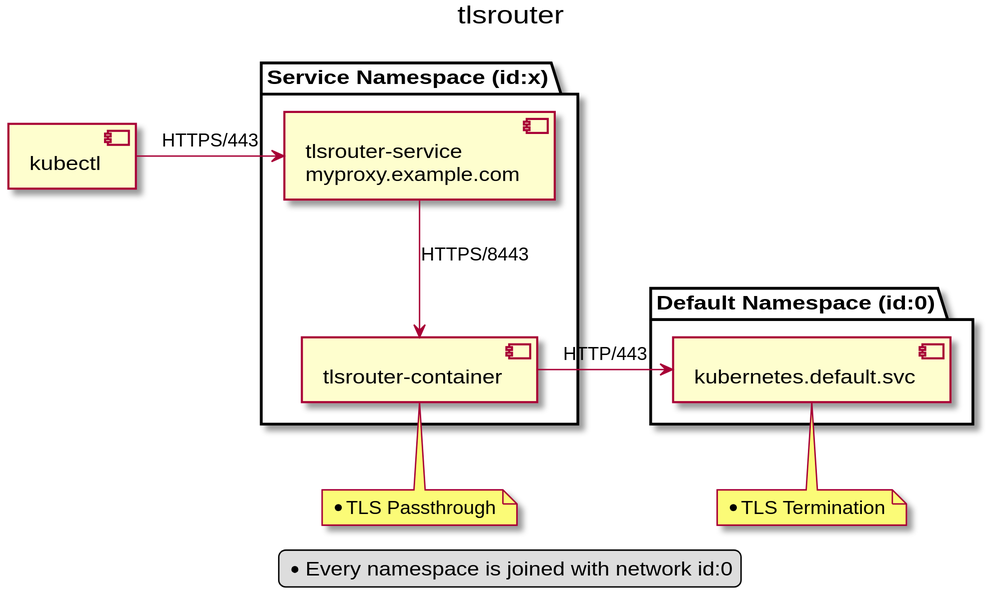
Before: resource/components.svg, a diagram exported from PlantUML (michiel/docker-k8s-tlsrouter). The source it was exported from:
```plantuml
@startuml

scale 2
title tlsrouter
skinparam componentStyle uml2

component kubectl

package "Service Namespace (id:x)" {
  component "tlsrouter-service\nmyproxy.example.com" as tlsrouter_service
  component "tlsrouter-container" as tlsrouter_container
}

package "Default Namespace (id:0)" {
  component "kubernetes.default.svc" as kubernetes_service
}

kubectl -r-> tlsrouter_service : HTTPS/443
tlsrouter_service -d-> tlsrouter_container : HTTPS/8443
tlsrouter_container -r-> kubernetes_service : HTTP/443

note bottom of tlsrouter_container
  * TLS Passthrough
end note

note bottom of kubernetes_service
  * TLS Termination
end note

legend
  * Every namespace is joined with network id:0
end legend
@enduml
```
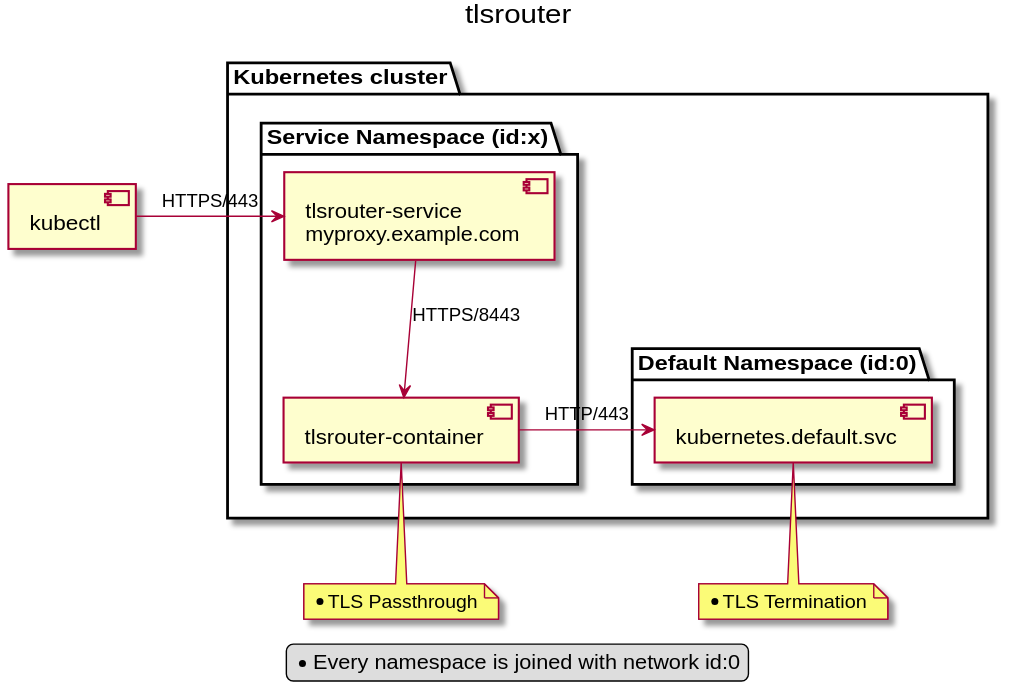
Above is the later version.

What changed in the source:
```diff
@@ -1,18 +1,19 @@
 @startuml
 
-scale 2
 title tlsrouter
 skinparam componentStyle uml2
 
 component kubectl
 
-package "Service Namespace (id:x)" {
-  component "tlsrouter-service\nmyproxy.example.com" as tlsrouter_service
-  component "tlsrouter-container" as tlsrouter_container
-}
+package "Kubernetes cluster" {
+  package "Service Namespace (id:x)" {
+    component "tlsrouter-service\nmyproxy.example.com" as tlsrouter_service
+    component "tlsrouter-container" as tlsrouter_container
+  }
 
-package "Default Namespace (id:0)" {
-  component "kubernetes.default.svc" as kubernetes_service
+  package "Default Namespace (id:0)" {
+    component "kubernetes.default.svc" as kubernetes_service
+  }
 }
 
 kubectl -r-> tlsrouter_service : HTTPS/443
```
